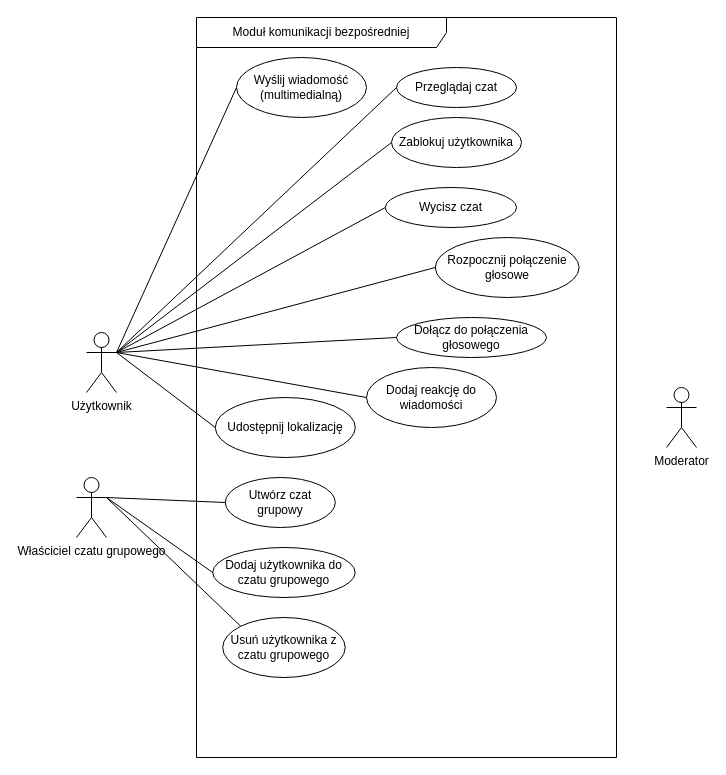
Haltie13/lokalni_app keeps this draw.io diagram as page "Page-1" (1 of 3) of mwo_lokalni_app.drawio. Above is the earlier version. Source tidied: cells renumbered, new cells numbered last; positions are measured from the earlier drawing's top-left corner, leaving out a move shared by most shapes. Both pictures are drawn from the tidied source at 100%, with x=0, y=0 at pixel (76, 17).
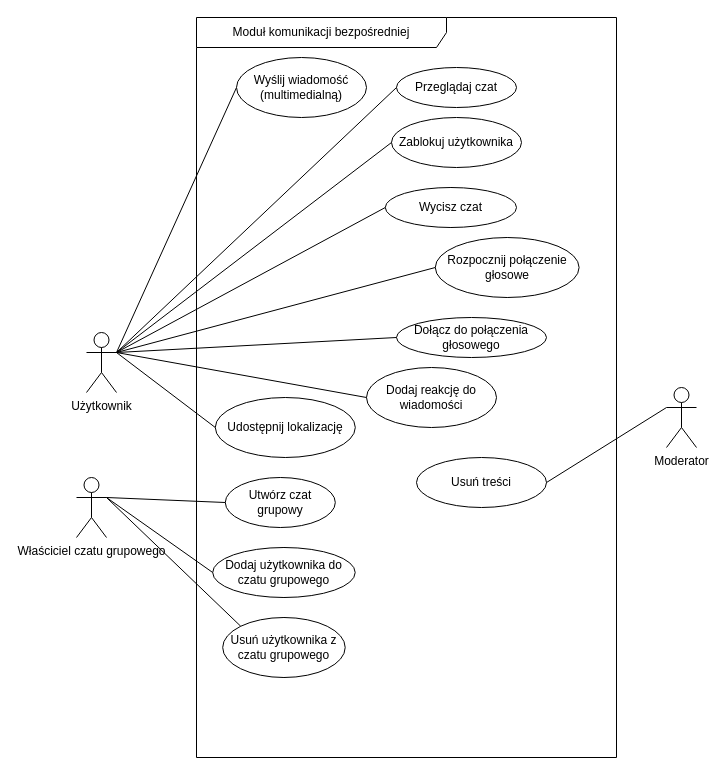
The same page after the edit.

Unchanged cells that the change refers to:
```xml
<mxCell id="27" value="Moderator" style="shape=umlActor;verticalLabelPosition=bottom;verticalAlign=top;html=1;" parent="1" vertex="1">
  <mxGeometry x="590" y="370" width="30" height="60" as="geometry" />
</mxCell>
```

Diff of the diagram source:
```diff
@@
+    <mxCell id="28" value="Usuń treści" style="ellipse;whiteSpace=wrap;html=1;" parent="1" vertex="1">
+      <mxGeometry x="340" y="440" width="130" height="50" as="geometry" />
+    </mxCell>
+    <mxCell id="29" style="rounded=0;jettySize=auto;html=1;entryX=0;entryY=0.3333333333333333;entryDx=0;entryDy=0;endArrow=none;startFill=0;exitX=1;exitY=0.5;exitDx=0;exitDy=0;entryPerimeter=0;" parent="1" edge="1" source="28" target="27">
+      <mxGeometry relative="1" as="geometry" />
+    </mxCell>
```
